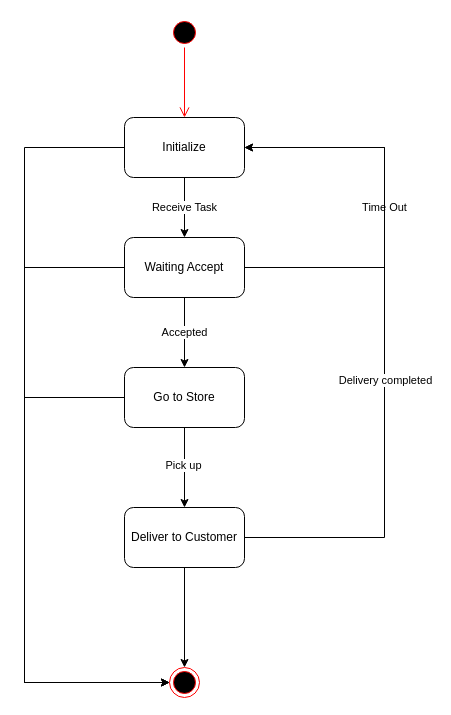
The draw.io diagram EDP.drawio in cer-cer/notes, before the edit. Source tidied: cells renumbered, new cells numbered last; positions are measured from the earlier drawing's top-left corner, leaving out a move shared by most shapes. Both pictures are drawn from the tidied source at 100%, with x=0, y=0 at pixel (24, 17).
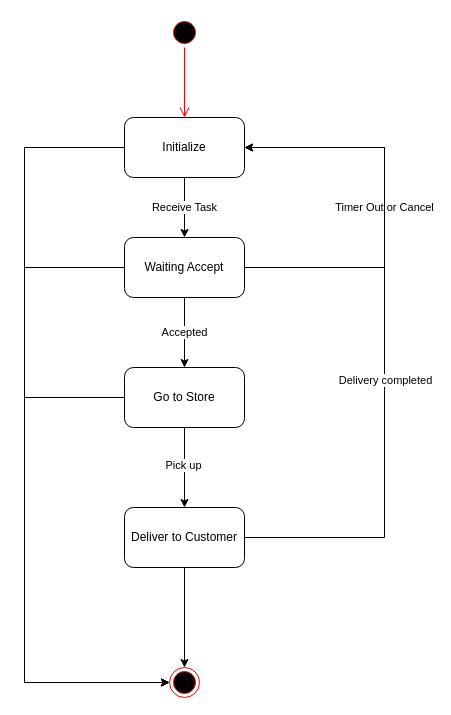
The same page after the edit.

Unchanged cells that the change refers to:
```xml
<mxCell id="5" value="Waiting Accept" style="rounded=1;whiteSpace=wrap;html=1;" parent="1" vertex="1">
  <mxGeometry x="100" y="220" width="120" height="60" as="geometry" />
</mxCell>
<mxCell id="18" value="Initialize" style="rounded=1;whiteSpace=wrap;html=1;" parent="1" vertex="1">
  <mxGeometry x="100" y="100" width="120" height="60" as="geometry" />
</mxCell>
```

What changed in the source:
```diff
@@
-    <mxCell id="4" value="Time Out" style="edgeStyle=orthogonalEdgeStyle;rounded=0;jettySize=auto;html=1;entryX=1;entryY=0.5;entryDx=0;entryDy=0;" parent="1" edge="1" source="5" target="18">
+    <mxCell id="4" value="Timer Out or Cancel" style="edgeStyle=orthogonalEdgeStyle;rounded=0;jettySize=auto;html=1;entryX=1;entryY=0.5;entryDx=0;entryDy=0;" parent="1" edge="1" source="5" target="18">
       <mxGeometry relative="1" as="geometry">
         <Array as="points">
           <mxPoint x="360" y="250" />
           <mxPoint x="360" y="130" />
         </Array>
       </mxGeometry>
     </mxCell>
```
